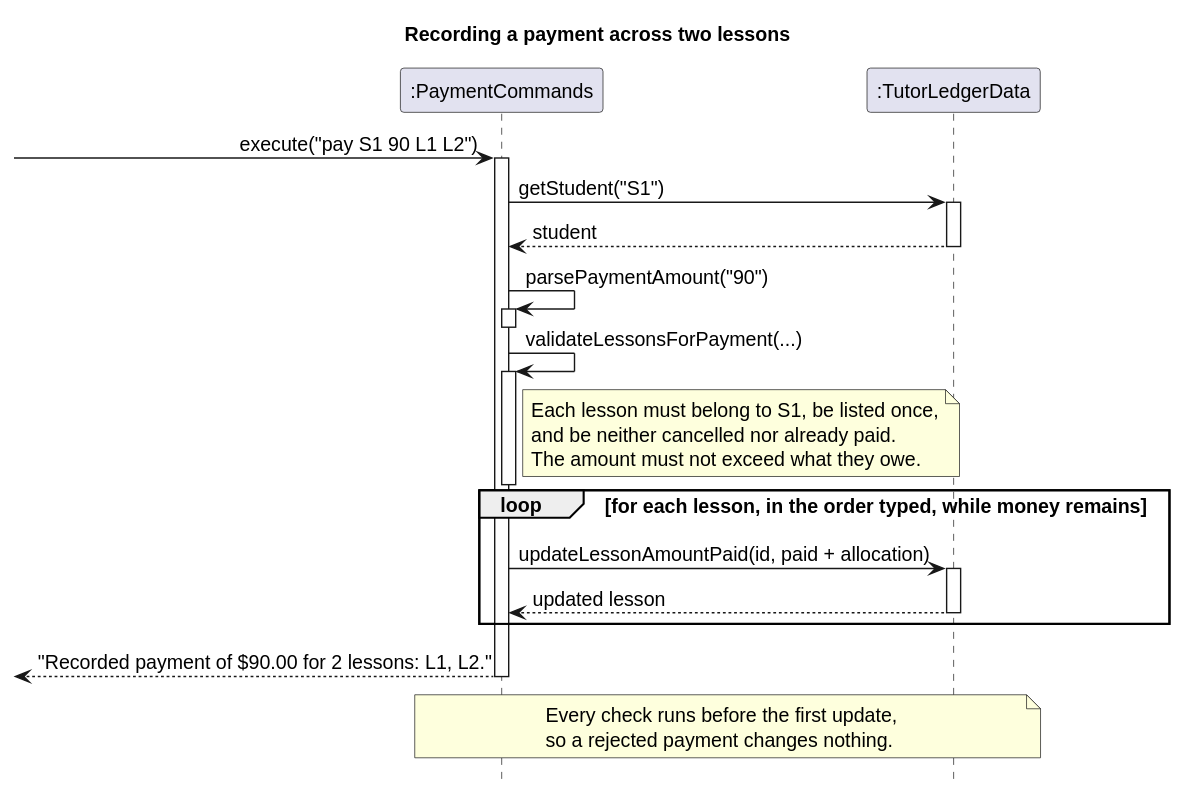
Earlier version of the PlantUML export docs/diagrams/pay-sequence.svg (AY2627S1-CS2113-W12-2/tp). Source of this version:
```plantuml
@startuml
skinparam backgroundColor white
skinparam defaultFontSize 14
skinparam shadowing false
hide footbox
title Recording a payment across two lessons

participant ":PaymentCommands" as Commands
participant ":TutorLedgerData" as Data

[-> Commands : execute("pay S1 90 L1 L2")
activate Commands
Commands -> Data : getStudent("S1")
activate Data
Data --> Commands : student
deactivate Data
Commands -> Commands : parsePaymentAmount("90")
activate Commands
deactivate Commands
Commands -> Commands : validateLessonsForPayment(...)
activate Commands
note right of Commands
  Each lesson must belong to S1, be listed once,
  and be neither cancelled nor already paid.
  The amount must not exceed what they owe.
end note
deactivate Commands

loop for each lesson, in the order typed, while money remains
  Commands -> Data : updateLessonAmountPaid(id, paid + allocation)
  activate Data
  Data --> Commands : updated lesson
  deactivate Data
end
Commands -->[ : "Recorded payment of $90.00 for 2 lessons: L1, L2."
deactivate Commands
note over Commands, Data
  Every check runs before the first update,
  so a rejected payment changes nothing.
end note
@enduml
```
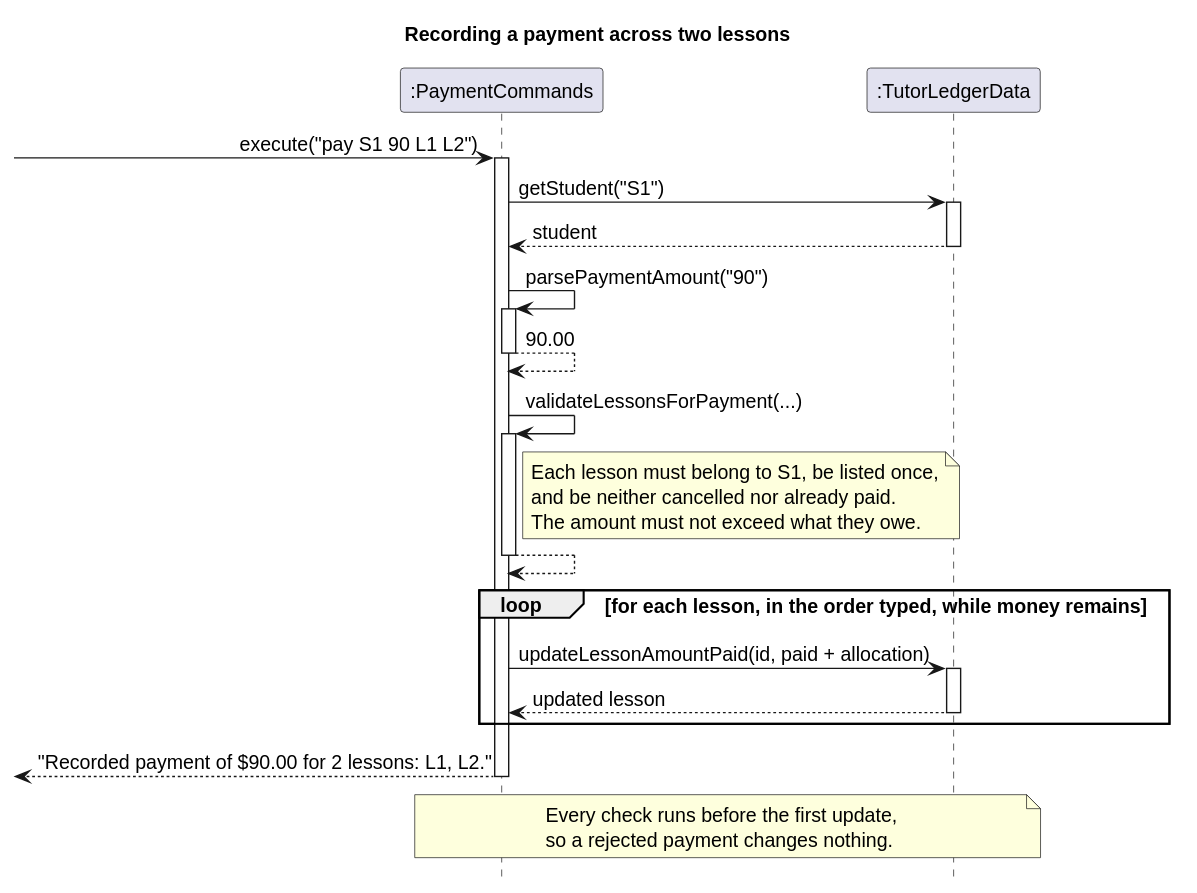
The same diagram one commit later.

The edit, as a diff of the source:
```diff
@@ -16,6 +16,7 @@
 deactivate Data
 Commands -> Commands : parsePaymentAmount("90")
 activate Commands
+Commands --> Commands : 90.00
 deactivate Commands
 Commands -> Commands : validateLessonsForPayment(...)
 activate Commands
@@ -24,6 +25,7 @@
   and be neither cancelled nor already paid.
   The amount must not exceed what they owe.
 end note
+Commands --> Commands
 deactivate Commands
 
 loop for each lesson, in the order typed, while money remains
```
